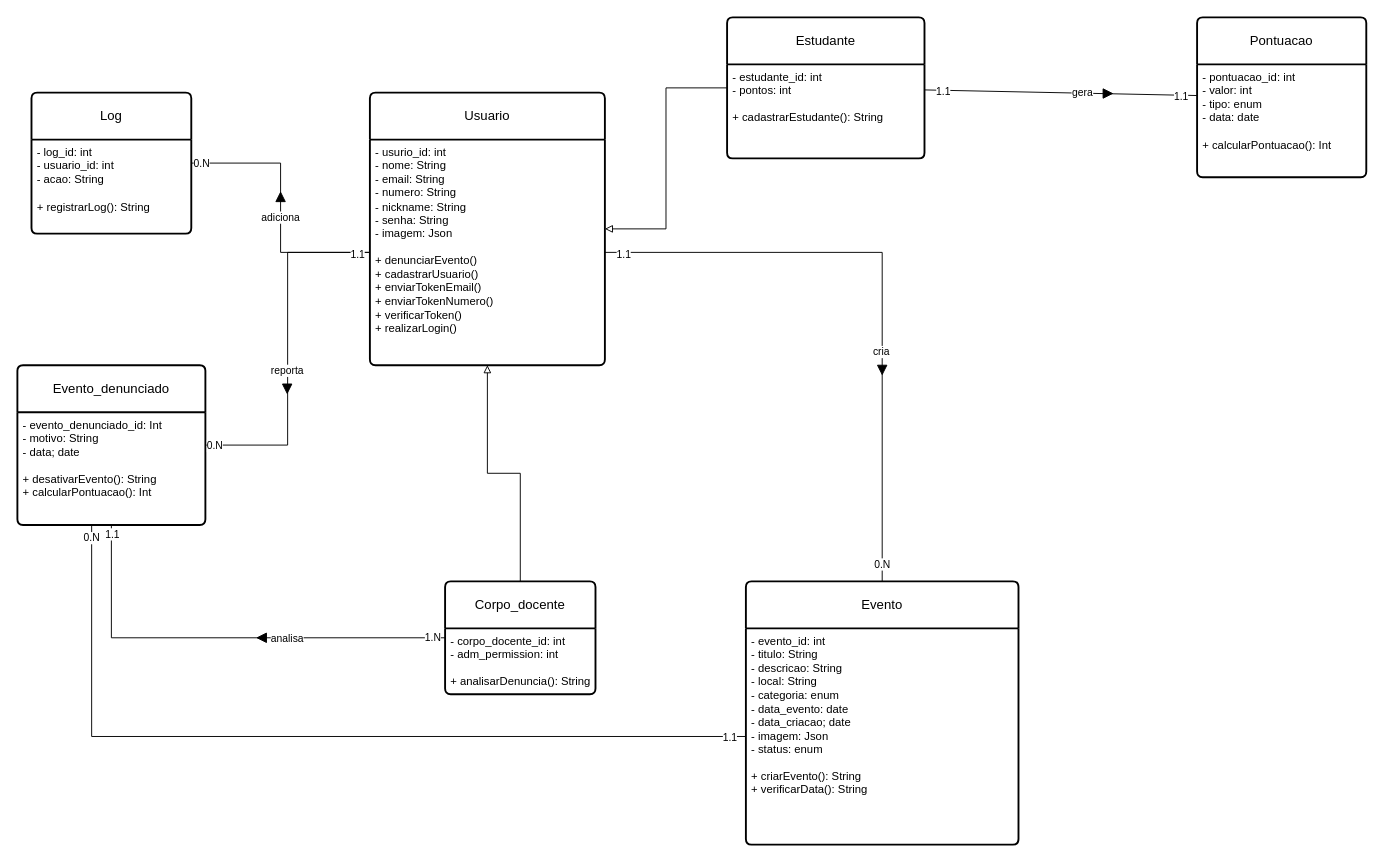
Earlier version of the draw.io diagram Draw.io/modelo_relacional_ES.drawio (Organization-Meets/Meets_Docs). Source tidied: cells renumbered, new cells numbered last; positions are measured from the earlier drawing's top-left corner, leaving out a move shared by most shapes. Both pictures are drawn from the tidied source at 94%, with x=0, y=0 at pixel (17, 17).
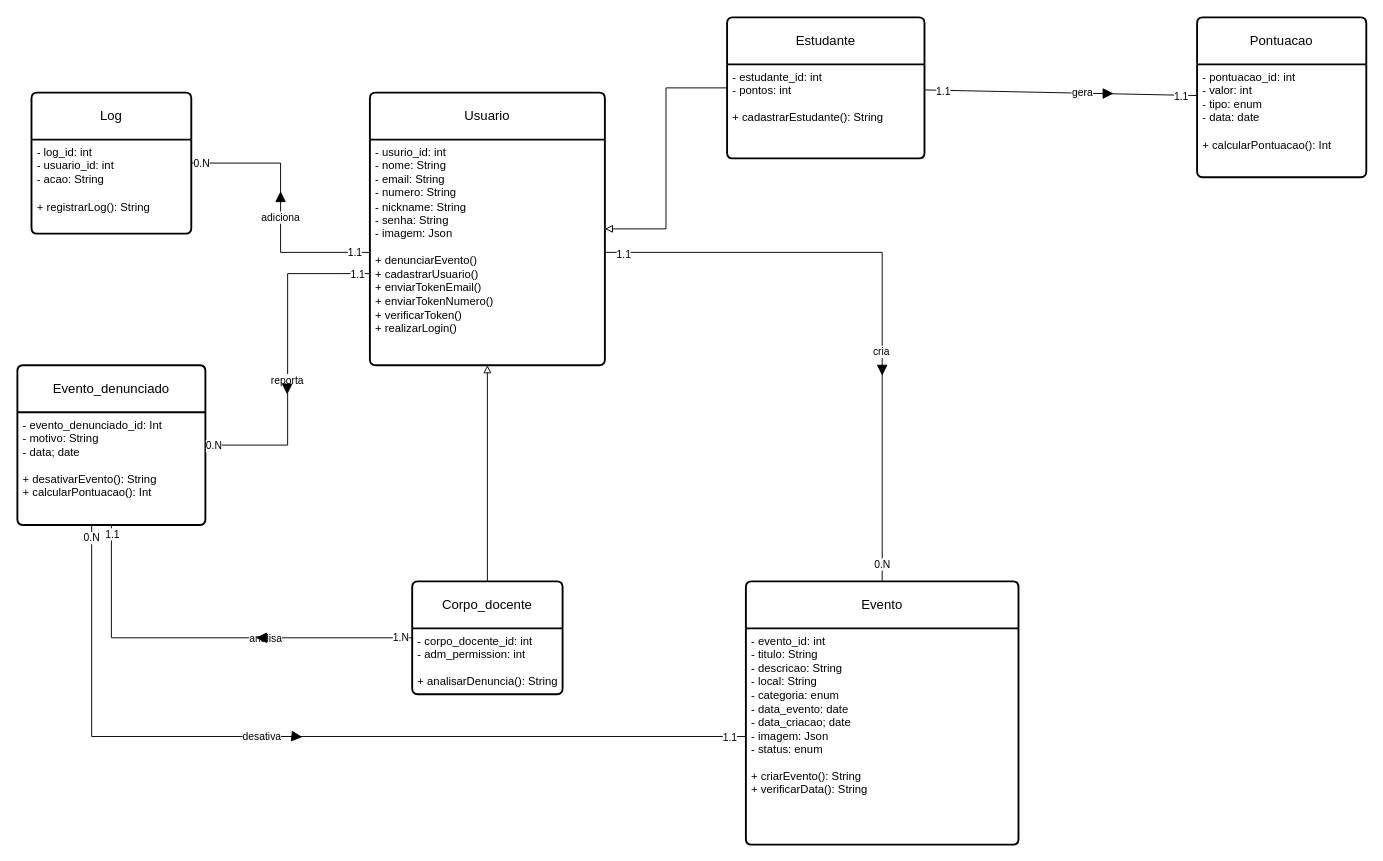
Above is the later version.

Unchanged cells that the change refers to:
```xml
<mxCell id="5" value="- usurio_id: int&lt;div&gt;- nome: String&lt;/div&gt;&lt;div&gt;- email: String&lt;/div&gt;&lt;div&gt;- numero: String&lt;/div&gt;&lt;div&gt;- nickname: String&lt;/div&gt;&lt;div&gt;- senha: String&lt;/div&gt;&lt;div&gt;- imagem: Json&lt;/div&gt;&lt;div&gt;&lt;br&gt;&lt;/div&gt;&lt;div&gt;+ denunciarEvento()&lt;/div&gt;&lt;div&gt;+ cadastrarUsuario()&lt;/div&gt;&lt;div&gt;+ enviarTokenEmail()&lt;/div&gt;&lt;div&gt;+ enviarTokenNumero()&lt;/div&gt;&lt;div&gt;+ verificarToken()&lt;/div&gt;&lt;div&gt;+ realizarLogin()&lt;/div&gt;" style="align=left;strokeColor=none;fillColor=none;spacingLeft=4;spacingRight=4;fontSize=12;verticalAlign=top;html=1;whiteSpace=wrap;" parent="4" vertex="1">
  <mxGeometry y="50" width="250" height="240" as="geometry" />
</mxCell>
<mxCell id="23" value="Evento_denunciado" style="swimlane;horizontal=1;startSize=50;rounded=1;fontSize=14;fontStyle=0;strokeWidth=2;shadow=0;dashed=0;align=center;arcSize=4;whiteSpace=wrap;html=1;" parent="1" vertex="1">
  <mxGeometry y="370" width="200" height="170" as="geometry" />
</mxCell>
<mxCell id="25" style="edgeStyle=orthogonalEdgeStyle;rounded=0;jettySize=auto;html=1;endArrow=none;endFill=0;" parent="1" edge="1" source="5" target="2">
  <mxGeometry relative="1" as="geometry" />
</mxCell>
<mxCell id="36" style="edgeStyle=orthogonalEdgeStyle;rounded=0;jettySize=auto;html=1;endArrow=none;endFill=0;entryX=0.395;entryY=0.996;entryDx=0;entryDy=0;entryPerimeter=0;" parent="1" edge="1" source="7" target="24">
  <mxGeometry relative="1" as="geometry" />
</mxCell>
```

Change to the diagram source:
```diff
@@
     <mxCell id="12" value="Corpo_docente" style="swimlane;horizontal=1;startSize=50;rounded=1;fontSize=14;fontStyle=0;strokeWidth=2;shadow=0;dashed=0;align=center;arcSize=4;whiteSpace=wrap;html=1;" parent="1" vertex="1">
-      <mxGeometry x="455" y="600" width="160" height="120" as="geometry" />
+      <mxGeometry x="420" y="600" width="160" height="120" as="geometry" />
     </mxCell>
@@
+    <mxCell id="45" value="1.1" style="edgeLabel;html=1;align=center;verticalAlign=middle;" parent="25" vertex="1">
+      <mxGeometry x="-0.88" y="-1" relative="1" as="geometry" />
+    </mxCell>
-    <mxCell id="28" style="edgeStyle=orthogonalEdgeStyle;rounded=0;jettySize=auto;html=1;endArrow=none;endFill=0;" parent="1" edge="1" source="5" target="23">
+    <mxCell id="28" style="edgeStyle=orthogonalEdgeStyle;rounded=0;jettySize=auto;html=1;endArrow=none;endFill=0;exitX=-0.003;exitY=0.594;exitDx=0;exitDy=0;exitPerimeter=0;" parent="1" edge="1" source="5" target="23">
       <mxGeometry relative="1" as="geometry" />
     </mxCell>
@@
+    <mxCell id="46" value="desativa" style="edgeLabel;html=1;align=center;verticalAlign=middle;" parent="36" vertex="1">
+      <mxGeometry x="0.14" y="-1" relative="1" as="geometry">
+        <mxPoint x="9" as="offset" />
+      </mxGeometry>
+    </mxCell>
@@
+    <mxCell id="47" style="triangle;whiteSpace=wrap;html=1;strokeColor=#000000;fillStyle=solid;gradientColor=none;fillColor=#000000;rotation=5;" parent="1" vertex="1">
+      <mxGeometry x="292" y="760" width="10" height="10" as="geometry" />
+    </mxCell>
```
